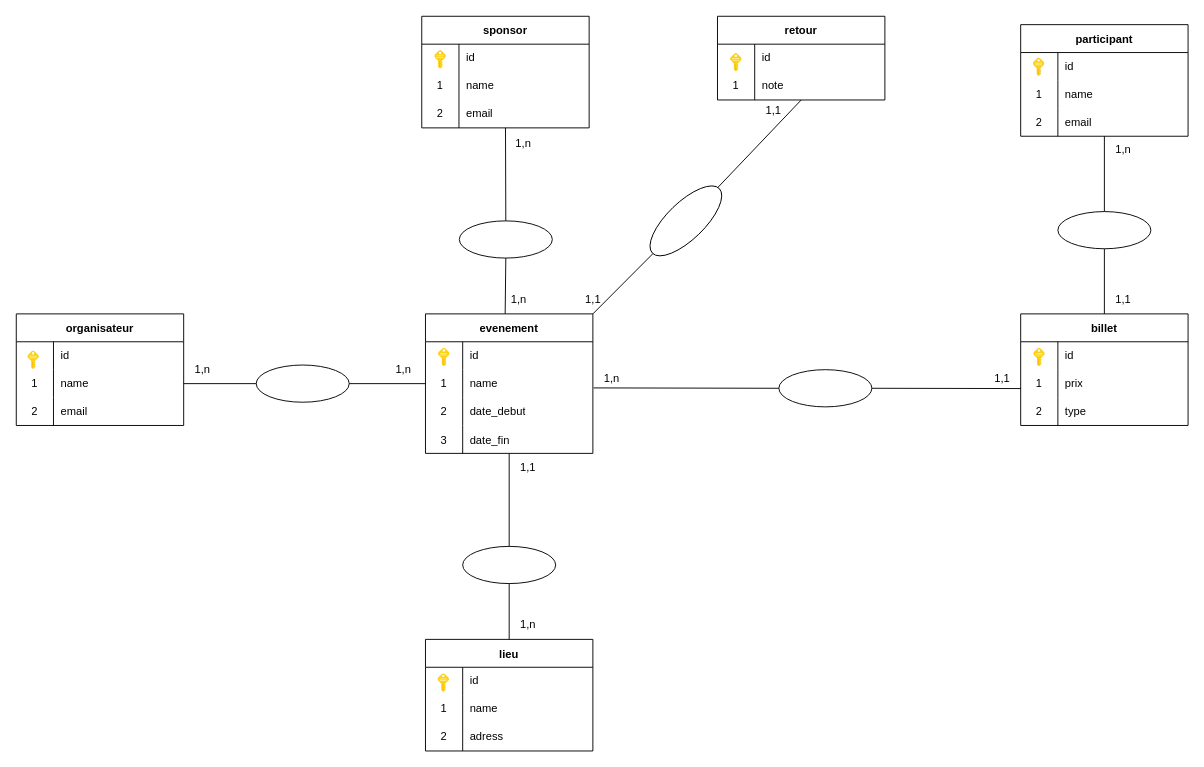
Before: mcd.drawio in Zakaria-Kharroub/Connect-Event, a draw.io diagram. Source tidied: cells renumbered, new cells numbered last; positions are measured from the earlier drawing's top-left corner, leaving out a move shared by most shapes. Both pictures are drawn from the tidied source at 93%, with x=0, y=0 at pixel (16, 16).
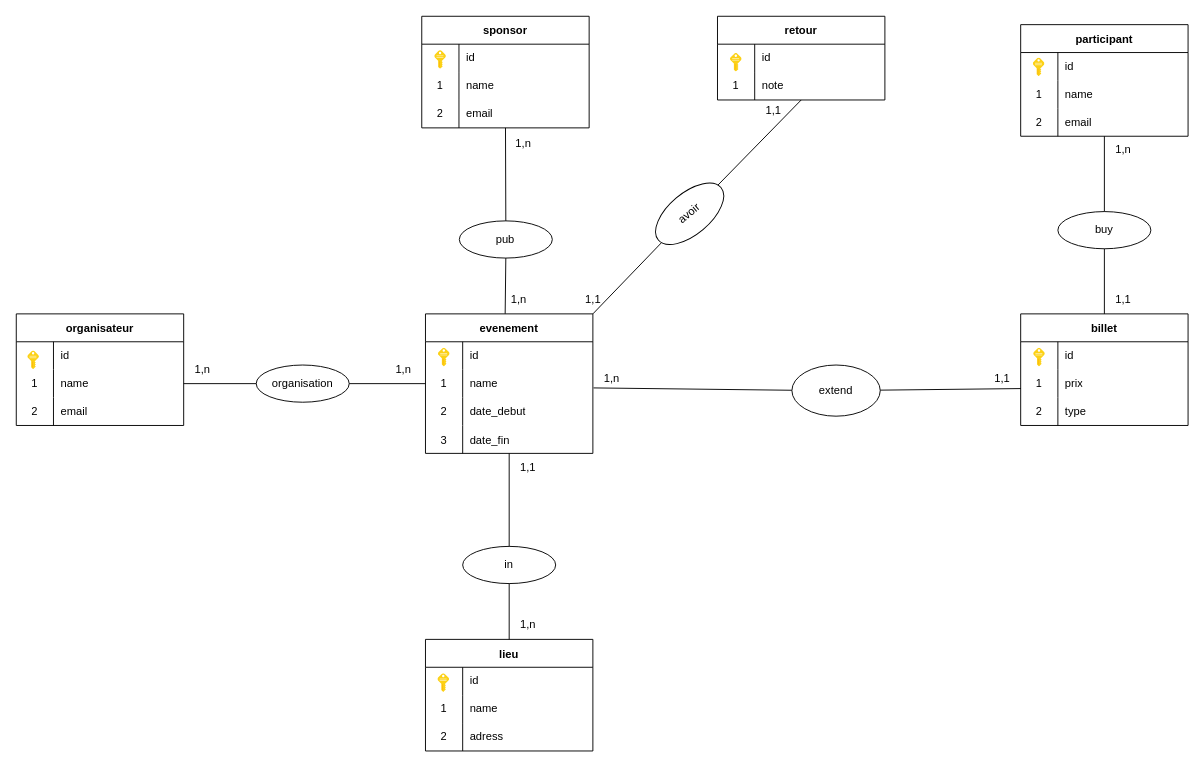
The same diagram, later.

The edit, as a diff of the source:
```diff
@@
-    <mxCell id="79" style="ellipse;whiteSpace=wrap;html=1;" parent="1" vertex="1">
+    <mxCell id="79" value="pub" style="ellipse;whiteSpace=wrap;html=1;" parent="1" vertex="1">
       <mxGeometry x="476.4" y="220" width="100" height="40" as="geometry" />
     </mxCell>
-    <mxCell id="80" style="ellipse;whiteSpace=wrap;html=1;" parent="1" vertex="1">
+    <mxCell id="80" value="organisation" style="ellipse;whiteSpace=wrap;html=1;" parent="1" vertex="1">
       <mxGeometry x="258" y="375" width="100" height="40" as="geometry" />
     </mxCell>
-    <mxCell id="81" style="ellipse;whiteSpace=wrap;html=1;" parent="1" vertex="1">
+    <mxCell id="81" value="in" style="ellipse;whiteSpace=wrap;html=1;" parent="1" vertex="1">
       <mxGeometry x="480" y="570" width="100" height="40" as="geometry" />
     </mxCell>
-    <mxCell id="82" style="ellipse;whiteSpace=wrap;html=1;" parent="1" vertex="1">
+    <mxCell id="82" value="buy" style="ellipse;whiteSpace=wrap;html=1;" parent="1" vertex="1">
       <mxGeometry x="1120" y="210" width="100" height="40" as="geometry" />
     </mxCell>
-    <mxCell id="83" style="ellipse;whiteSpace=wrap;html=1;rotation=90;direction=south;" parent="1" vertex="1">
-      <mxGeometry x="850" y="350" width="40" height="100" as="geometry" />
+    <mxCell id="83" value="extend" style="ellipse;whiteSpace=wrap;html=1;rotation=0;direction=south;" parent="1" vertex="1">
+      <mxGeometry x="834" y="375" width="95" height="55" as="geometry" />
     </mxCell>
@@
-    <mxCell id="104" style="ellipse;whiteSpace=wrap;html=1;rotation=46;direction=south;" parent="1" vertex="1">
-      <mxGeometry x="700" y="170" width="40" height="100" as="geometry" />
+    <mxCell id="104" value="avoir" style="ellipse;whiteSpace=wrap;html=1;rotation=-40;direction=south;" parent="1" vertex="1">
+      <mxGeometry x="680.1" y="190" width="87.9" height="44.7" as="geometry" />
     </mxCell>
```
